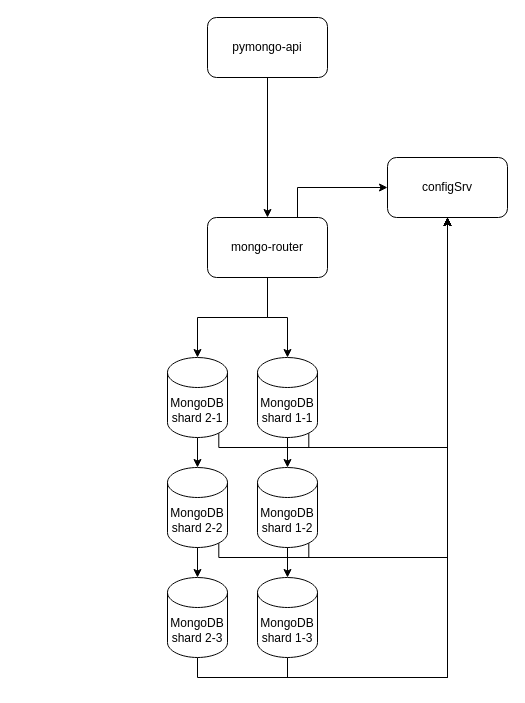
Before: scheme3(shards+repl+chach).drawio in mEssiaHofDarK/practicum_arch_sprint_4, a draw.io diagram. Source tidied: cells renumbered, new cells numbered last; positions are measured from the earlier drawing's top-left corner, leaving out a move shared by most shapes. Both pictures are drawn from the tidied source at 100%, with x=0, y=0 at pixel (167, 17).
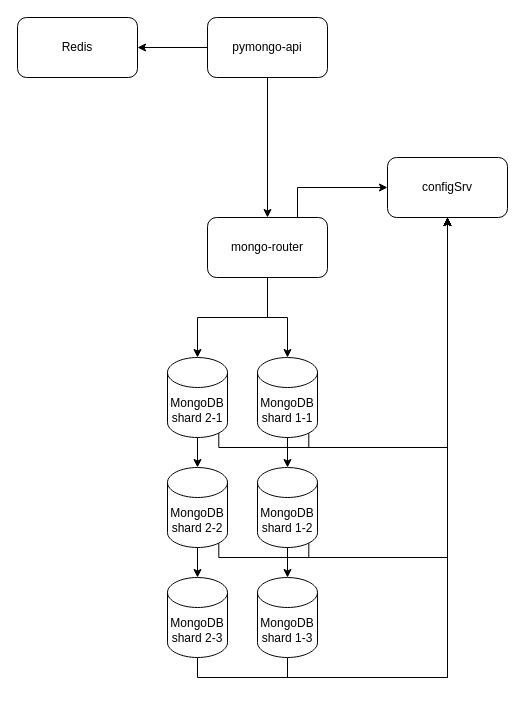
The same diagram, later.

Unchanged cells that the change refers to:
```xml
<mxCell id="4" value="pymongo-api" style="rounded=1;whiteSpace=wrap;html=1;" parent="1" vertex="1">
  <mxGeometry x="40" width="120" height="60" as="geometry" />
</mxCell>
```

What changed in the source:
```diff
@@
+    <mxCell id="25" style="edgeStyle=orthogonalEdgeStyle;rounded=0;jettySize=auto;html=1;exitX=0;exitY=0.5;exitDx=0;exitDy=0;entryX=1;entryY=0.5;entryDx=0;entryDy=0;" parent="1" edge="1" source="4" target="26">
+      <mxGeometry relative="1" as="geometry" />
+    </mxCell>
@@
+    <mxCell id="26" value="Redis" style="rounded=1;whiteSpace=wrap;html=1;" parent="1" vertex="1">
+      <mxGeometry x="-150" width="120" height="60" as="geometry" />
+    </mxCell>
```
